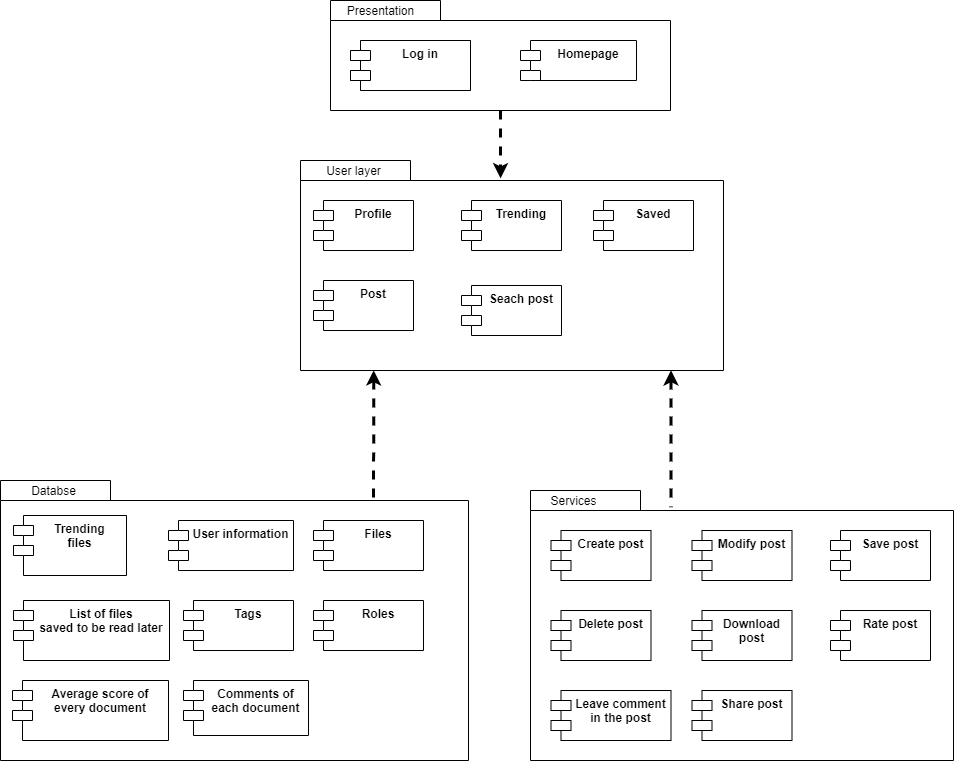
Above: diagrams/A1.1ComponentDiagram.png in Bernal03/AnalisisAvanzado_Repositorio_Bernal (draw.io), before the change. Source tidied: cells renumbered, new cells last; positions are measured from the earlier drawing's top-left corner, leaving out a move shared by most shapes. Source of this version:
```xml
<mxGraphModel>
  <root>
    <mxCell id="0" />
    <mxCell id="1" parent="0" />
    <mxCell id="2" style="group;" parent="1" vertex="1">
      <mxGeometry x="530" y="490" width="423" height="270" as="geometry" />
    </mxCell>
    <mxCell id="3" style="shape=folder;fontStyle=1;spacingTop=10;tabWidth=110;tabHeight=20;tabPosition=left;html=1;fillColor=#FFFFFF;strokeColor=#000000;" parent="2" vertex="1">
      <mxGeometry width="423" height="270" as="geometry" />
    </mxCell>
    <mxCell id="4" value="Delete post" style="shape=module;align=left;spacingLeft=20;align=center;verticalAlign=top;strokeColor=#000000;fillColor=#FFFFFF;fontColor=#000000;fontStyle=1;" parent="2" vertex="1">
      <mxGeometry x="20.5" y="120" width="100" height="50" as="geometry" />
    </mxCell>
    <mxCell id="5" value="Modify post" style="shape=module;align=left;spacingLeft=20;align=center;verticalAlign=top;strokeColor=#000000;fillColor=#FFFFFF;fontColor=#000000;fontStyle=1;" parent="2" vertex="1">
      <mxGeometry x="161.5" y="40" width="100" height="50" as="geometry" />
    </mxCell>
    <mxCell id="6" value="Rate post" style="shape=module;align=left;spacingLeft=20;align=center;verticalAlign=top;strokeColor=#000000;fillColor=#FFFFFF;fontColor=#000000;fontStyle=1;" parent="2" vertex="1">
      <mxGeometry x="300" y="120" width="100" height="50" as="geometry" />
    </mxCell>
    <mxCell id="7" value="Leave comment&#10;in the post" style="shape=module;align=left;spacingLeft=20;align=center;verticalAlign=top;strokeColor=#000000;fillColor=#FFFFFF;fontColor=#000000;fontStyle=1;" parent="2" vertex="1">
      <mxGeometry x="20.5" y="200" width="120" height="50" as="geometry" />
    </mxCell>
    <mxCell id="8" value="Save post" style="shape=module;align=left;spacingLeft=20;align=center;verticalAlign=top;strokeColor=#000000;fillColor=#FFFFFF;fontColor=#000000;fontStyle=1;" parent="2" vertex="1">
      <mxGeometry x="300" y="40" width="100" height="50" as="geometry" />
    </mxCell>
    <mxCell id="9" value="Download&#10;post" style="shape=module;align=left;spacingLeft=20;align=center;verticalAlign=top;strokeColor=#000000;fillColor=#FFFFFF;fontColor=#000000;fontStyle=1;" parent="2" vertex="1">
      <mxGeometry x="161.5" y="120" width="100" height="50" as="geometry" />
    </mxCell>
    <mxCell id="10" value="&lt;font color=&quot;#000000&quot;&gt;Services&lt;/font&gt;" style="text;html=1;align=center;verticalAlign=middle;fontColor=#FFFFFF;" parent="2" vertex="1">
      <mxGeometry x="13" width="60" height="20" as="geometry" />
    </mxCell>
    <mxCell id="11" value="Create post" style="shape=module;align=left;spacingLeft=20;align=center;verticalAlign=top;strokeColor=#000000;fillColor=#FFFFFF;fontColor=#000000;fontStyle=1;" parent="2" vertex="1">
      <mxGeometry x="20.5" y="40" width="100" height="50" as="geometry" />
    </mxCell>
    <mxCell id="12" value="Share post" style="shape=module;align=left;spacingLeft=20;align=center;verticalAlign=top;strokeColor=#000000;fillColor=#FFFFFF;fontColor=#000000;fontStyle=1;" parent="2" vertex="1">
      <mxGeometry x="161.5" y="200" width="100" height="50" as="geometry" />
    </mxCell>
    <mxCell id="13" style="group;" parent="1" vertex="1">
      <mxGeometry x="300" y="160" width="423" height="210" as="geometry" />
    </mxCell>
    <mxCell id="14" style="shape=folder;fontStyle=1;spacingTop=10;tabWidth=110;tabHeight=20;tabPosition=left;html=1;fillColor=#FFFFFF;strokeColor=#000000;" parent="13" vertex="1">
      <mxGeometry width="423" height="210" as="geometry" />
    </mxCell>
    <mxCell id="15" value="Seach post" style="shape=module;align=left;spacingLeft=20;align=center;verticalAlign=top;fillColor=#FFFFFF;strokeColor=#000000;fontColor=#000000;fontStyle=1;" parent="13" vertex="1">
      <mxGeometry x="161" y="125" width="100" height="50" as="geometry" />
    </mxCell>
    <mxCell id="16" value="Profile" style="shape=module;align=left;spacingLeft=20;align=center;verticalAlign=top;fillColor=#FFFFFF;strokeColor=#000000;fontColor=#000000;fontStyle=1;" parent="13" vertex="1">
      <mxGeometry x="13" y="40" width="100" height="50" as="geometry" />
    </mxCell>
    <mxCell id="17" value="Trending" style="shape=module;align=left;spacingLeft=20;align=center;verticalAlign=top;fillColor=#FFFFFF;strokeColor=#000000;fontColor=#000000;fontStyle=1;" parent="13" vertex="1">
      <mxGeometry x="161" y="40" width="100" height="50" as="geometry" />
    </mxCell>
    <mxCell id="18" value="Saved" style="shape=module;align=left;spacingLeft=20;align=center;verticalAlign=top;fillColor=#FFFFFF;strokeColor=#000000;fontColor=#000000;fontStyle=1;" parent="13" vertex="1">
      <mxGeometry x="293" y="40" width="100" height="50" as="geometry" />
    </mxCell>
    <mxCell id="19" value="Post" style="shape=module;align=left;spacingLeft=20;align=center;verticalAlign=top;fillColor=#FFFFFF;strokeColor=#000000;fontColor=#000000;fontStyle=1;" parent="13" vertex="1">
      <mxGeometry x="13" y="120" width="100" height="50" as="geometry" />
    </mxCell>
    <mxCell id="20" value="&lt;font color=&quot;#000000&quot;&gt;User layer&lt;/font&gt;" style="text;html=1;align=center;verticalAlign=middle;fontColor=#FFFFFF;" parent="13" vertex="1">
      <mxGeometry x="18" width="70" height="20" as="geometry" />
    </mxCell>
    <mxCell id="21" style="group;" parent="1" vertex="1">
      <mxGeometry y="480" width="468" height="280" as="geometry" />
    </mxCell>
    <mxCell id="22" style="shape=folder;fontStyle=1;spacingTop=10;tabWidth=110;tabHeight=20;tabPosition=left;html=1;fillColor=#FFFFFF;strokeColor=#000000;" parent="21" vertex="1">
      <mxGeometry width="468" height="280" as="geometry" />
    </mxCell>
    <mxCell id="23" value="User information" style="shape=module;align=left;spacingLeft=20;align=center;verticalAlign=top;fillColor=#FFFFFF;strokeColor=#000000;fontColor=#000000;fontStyle=1;" parent="21" vertex="1">
      <mxGeometry x="168" y="40" width="125" height="50" as="geometry" />
    </mxCell>
    <mxCell id="24" value="Trending &#10;files" style="shape=module;align=left;spacingLeft=20;align=center;verticalAlign=top;fillColor=#FFFFFF;strokeColor=#000000;fontColor=#000000;fontStyle=1;" parent="21" vertex="1">
      <mxGeometry x="13" y="35" width="113" height="60" as="geometry" />
    </mxCell>
    <mxCell id="25" value="List of files &#10;saved to be read later" style="shape=module;align=left;spacingLeft=20;align=center;verticalAlign=top;fillColor=#FFFFFF;strokeColor=#000000;fontColor=#000000;fontStyle=1;" parent="21" vertex="1">
      <mxGeometry x="13" y="120" width="156" height="60" as="geometry" />
    </mxCell>
    <mxCell id="26" value="&lt;font color=&quot;#000000&quot;&gt;Databse&lt;/font&gt;" style="text;html=1;align=center;verticalAlign=middle;fontColor=#FFFFFF;" parent="21" vertex="1">
      <mxGeometry x="23" width="60" height="20" as="geometry" />
    </mxCell>
    <mxCell id="27" value="Tags" style="shape=module;align=left;spacingLeft=20;align=center;verticalAlign=top;fillColor=#FFFFFF;strokeColor=#000000;fontColor=#000000;fontStyle=1;" parent="21" vertex="1">
      <mxGeometry x="183" y="120" width="110" height="50" as="geometry" />
    </mxCell>
    <mxCell id="28" value="Files" style="shape=module;align=left;spacingLeft=20;align=center;verticalAlign=top;fillColor=#FFFFFF;strokeColor=#000000;fontColor=#000000;fontStyle=1;" parent="21" vertex="1">
      <mxGeometry x="313" y="40" width="110" height="50" as="geometry" />
    </mxCell>
    <mxCell id="29" value="Roles" style="shape=module;align=left;spacingLeft=20;align=center;verticalAlign=top;fillColor=#FFFFFF;strokeColor=#000000;fontColor=#000000;fontStyle=1;" parent="21" vertex="1">
      <mxGeometry x="313" y="120" width="110" height="50" as="geometry" />
    </mxCell>
    <mxCell id="30" value="Average score of&#10;every document" style="shape=module;align=left;spacingLeft=20;align=center;verticalAlign=top;fillColor=#FFFFFF;strokeColor=#000000;fontColor=#000000;fontStyle=1;" parent="21" vertex="1">
      <mxGeometry x="12" y="200" width="156" height="60" as="geometry" />
    </mxCell>
    <mxCell id="31" value="Comments of&#10;each document" style="shape=module;align=left;spacingLeft=20;align=center;verticalAlign=top;fillColor=#FFFFFF;strokeColor=#000000;fontColor=#000000;fontStyle=1;" parent="21" vertex="1">
      <mxGeometry x="183" y="200" width="125" height="55" as="geometry" />
    </mxCell>
    <mxCell id="32" style="group;" parent="1" vertex="1">
      <mxGeometry x="330" width="340" height="110" as="geometry" />
    </mxCell>
    <mxCell id="33" style="shape=folder;fontStyle=1;spacingTop=10;tabWidth=110;tabHeight=20;tabPosition=left;html=1;fillColor=#FFFFFF;strokeColor=#000000;" parent="32" vertex="1">
      <mxGeometry width="340" height="110" as="geometry" />
    </mxCell>
    <mxCell id="34" value="Log In o &#10;Inicio de sesión" style="shape=module;align=left;spacingLeft=20;align=center;verticalAlign=top;fillColor=#FFFFFF;strokeColor=#000000;fontColor=#000000;" parent="32" vertex="1">
      <mxGeometry x="20" y="40" width="120" height="50" as="geometry" />
    </mxCell>
    <mxCell id="35" value="Log in" style="shape=module;align=left;spacingLeft=20;align=center;verticalAlign=top;fillColor=#FFFFFF;strokeColor=#000000;fontColor=#000000;fontStyle=1;" parent="32" vertex="1">
      <mxGeometry x="20" y="40" width="120" height="50" as="geometry" />
    </mxCell>
    <mxCell id="36" value="Homepage" style="shape=module;align=left;spacingLeft=20;align=center;verticalAlign=top;fillColor=#FFFFFF;strokeColor=#000000;fontColor=#000000;fontStyle=1;" parent="32" vertex="1">
      <mxGeometry x="190" y="40" width="116" height="40" as="geometry" />
    </mxCell>
    <mxCell id="37" value="&lt;font color=&quot;#000000&quot;&gt;Presentation&lt;/font&gt;" style="text;html=1;align=center;verticalAlign=middle;fontColor=#FFFFFF;" parent="32" vertex="1">
      <mxGeometry x="10" width="80" height="20" as="geometry" />
    </mxCell>
    <mxCell id="38" style="edgeStyle=orthogonalEdgeStyle;rounded=0;jettySize=auto;html=1;entryX=0.473;entryY=0.085;entryDx=0;entryDy=0;entryPerimeter=0;fontColor=#FFFFFF;endArrow=classic;endFill=1;dashed=1;strokeWidth=3;strokeColor=#000000;" parent="1" edge="1" source="33" target="14">
      <mxGeometry relative="1" as="geometry" />
    </mxCell>
    <mxCell id="39" style="edgeStyle=orthogonalEdgeStyle;rounded=0;jettySize=auto;html=1;fontColor=#FFFFFF;endArrow=none;endFill=0;dashed=1;strokeWidth=3;strokeColor=#000000;exitX=0.876;exitY=0.999;exitDx=0;exitDy=0;exitPerimeter=0;entryX=0.332;entryY=0.062;entryDx=0;entryDy=0;entryPerimeter=0;startArrow=classic;startFill=1;" parent="1" edge="1" source="14" target="3">
      <mxGeometry relative="1" as="geometry" />
    </mxCell>
    <mxCell id="40" style="edgeStyle=orthogonalEdgeStyle;rounded=0;jettySize=auto;html=1;fontColor=#FFFFFF;endArrow=none;endFill=0;dashed=1;strokeWidth=3;strokeColor=#000000;exitX=0.173;exitY=0.999;exitDx=0;exitDy=0;exitPerimeter=0;startArrow=classic;startFill=1;" parent="1" edge="1" source="14">
      <mxGeometry relative="1" as="geometry">
        <mxPoint x="373" y="500" as="targetPoint" />
      </mxGeometry>
    </mxCell>
  </root>
</mxGraphModel>
```
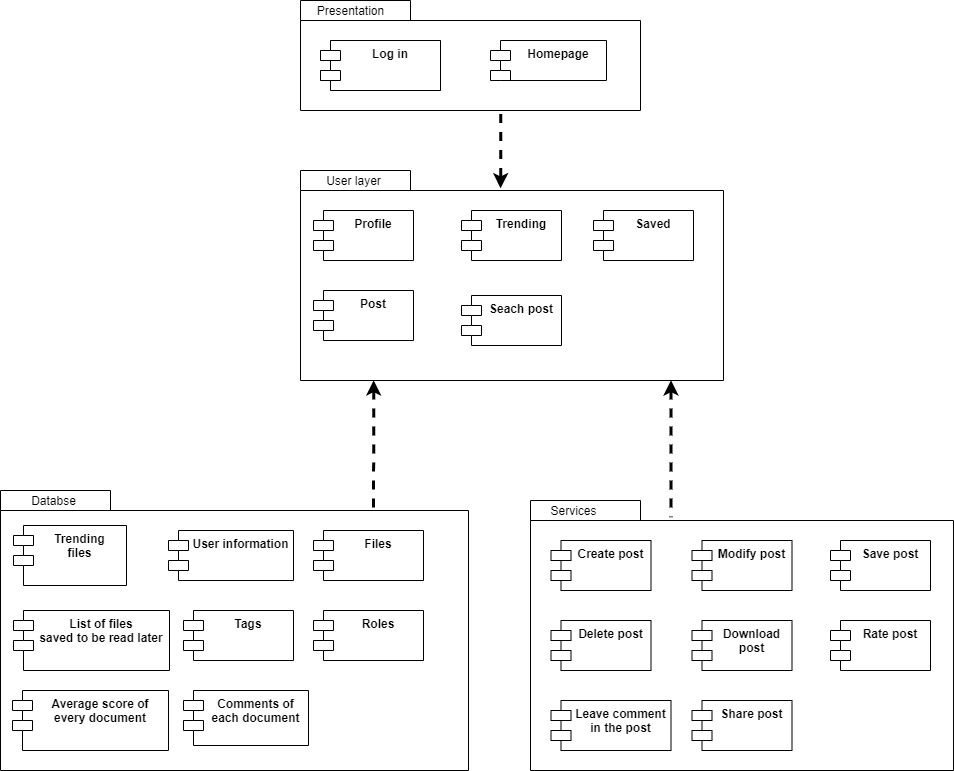
Above is the later version.

The edit, as a diff of the source:
```diff
@@ -93,7 +93,7 @@
       <mxGeometry x="183" y="200" width="125" height="55" as="geometry" />
     </mxCell>
     <mxCell id="32" style="group;" parent="1" vertex="1">
-      <mxGeometry x="330" width="340" height="110" as="geometry" />
+      <mxGeometry x="300" y="-10" width="340" height="110" as="geometry" />
     </mxCell>
     <mxCell id="33" style="shape=folder;fontStyle=1;spacingTop=10;tabWidth=110;tabHeight=20;tabPosition=left;html=1;fillColor=#FFFFFF;strokeColor=#000000;" parent="32" vertex="1">
       <mxGeometry width="340" height="110" as="geometry" />
@@ -110,7 +110,7 @@
     <mxCell id="37" value="&lt;font color=&quot;#000000&quot;&gt;Presentation&lt;/font&gt;" style="text;html=1;align=center;verticalAlign=middle;fontColor=#FFFFFF;" parent="32" vertex="1">
       <mxGeometry x="10" width="80" height="20" as="geometry" />
     </mxCell>
-    <mxCell id="38" style="edgeStyle=orthogonalEdgeStyle;rounded=0;jettySize=auto;html=1;entryX=0.473;entryY=0.085;entryDx=0;entryDy=0;entryPerimeter=0;fontColor=#FFFFFF;endArrow=classic;endFill=1;dashed=1;strokeWidth=3;strokeColor=#000000;" parent="1" edge="1" source="33" target="14">
+    <mxCell id="38" style="edgeStyle=orthogonalEdgeStyle;rounded=0;jettySize=auto;html=1;entryX=0.473;entryY=0.085;entryDx=0;entryDy=0;entryPerimeter=0;fontColor=#FFFFFF;endArrow=classic;endFill=1;dashed=1;strokeWidth=3;strokeColor=#000000;exitX=0.589;exitY=1.031;exitDx=0;exitDy=0;exitPerimeter=0;" parent="1" edge="1" source="33" target="14">
       <mxGeometry relative="1" as="geometry" />
     </mxCell>
     <mxCell id="39" style="edgeStyle=orthogonalEdgeStyle;rounded=0;jettySize=auto;html=1;fontColor=#FFFFFF;endArrow=none;endFill=0;dashed=1;strokeWidth=3;strokeColor=#000000;exitX=0.876;exitY=0.999;exitDx=0;exitDy=0;exitPerimeter=0;entryX=0.332;entryY=0.062;entryDx=0;entryDy=0;entryPerimeter=0;startArrow=classic;startFill=1;" parent="1" edge="1" source="14" target="3">
```
